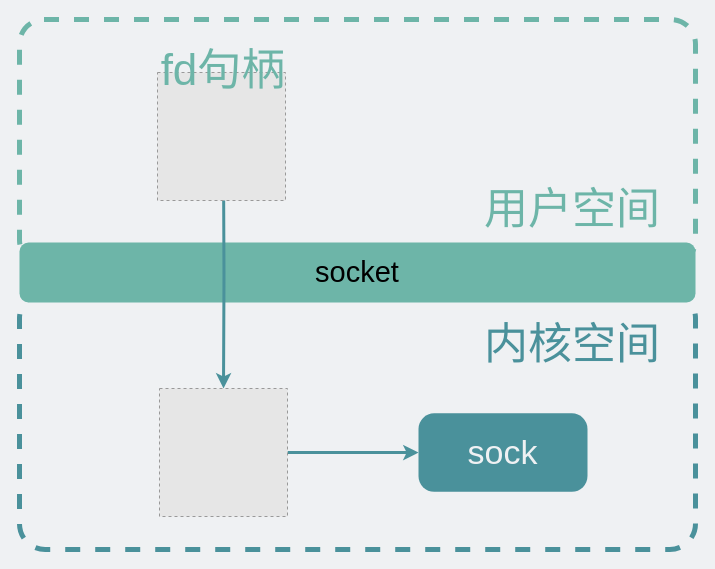
Above: network/通过文件找到sock.drawio in xiaobaiTech/image (draw.io), before the change. Source tidied: cells renumbered, new cells numbered last; positions are measured from the earlier drawing's top-left corner, leaving out a move shared by most shapes. Both pictures are drawn from the tidied source at 100%, with x=0, y=0 at pixel (19, 19). Pictures stored in the file or linked from it are replaced by grey dashed boxes.
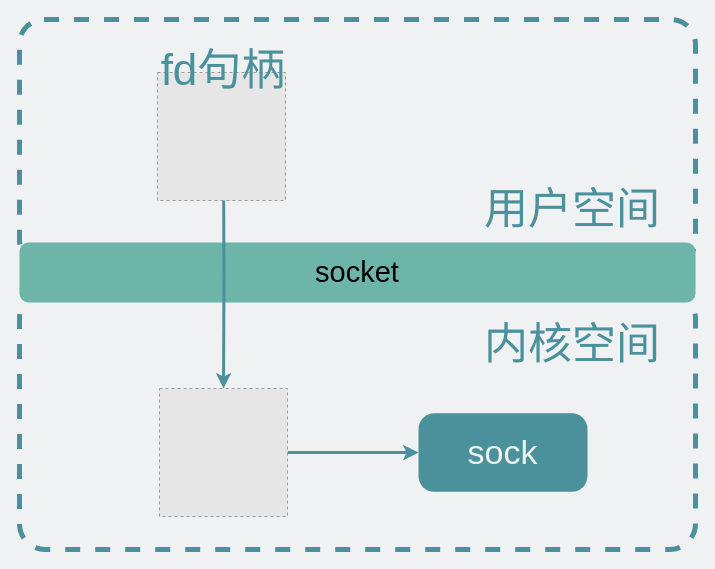
The same page after the edit.

Commit message:
更新通过文件找到sock.drawio

Change to the diagram source:
```diff
@@
 <mxGraphModel background="#EFF1F3">
   <root>
     <mxCell id="0" />
     <mxCell id="1" parent="0" />
-    <mxCell id="2" style="rounded=1;whiteSpace=wrap;html=1;fillColor=none;strokeWidth=5;dashed=1;arcSize=10;strokeColor=#6DB5A8;" parent="1" vertex="1">
+    <mxCell id="2" style="rounded=1;whiteSpace=wrap;html=1;fillColor=none;strokeWidth=5;dashed=1;arcSize=10;strokeColor=#4A919B;" parent="1" vertex="1">
       <mxGeometry width="676" height="245" as="geometry" />
     </mxCell>
     <mxCell id="3" style="rounded=1;whiteSpace=wrap;html=1;fillColor=none;strokeWidth=5;dashed=1;arcSize=10;strokeColor=#4A919B;" parent="1" vertex="1">
       <mxGeometry y="273" width="676" height="257" as="geometry" />
     </mxCell>
     <mxCell id="4" value="&lt;font style=&quot;font-size: 29px;&quot;&gt;socket&lt;/font&gt;" style="rounded=1;whiteSpace=wrap;html=1;strokeColor=none;fillColor=#6DB5A8;" parent="1" vertex="1">
       <mxGeometry y="223" width="676" height="60" as="geometry" />
     </mxCell>
     <mxCell id="5" style="edgeStyle=orthogonalEdgeStyle;rounded=1;jettySize=auto;html=1;exitX=0.5;exitY=1;exitDx=0;exitDy=0;entryX=0.5;entryY=0;entryDx=0;entryDy=0;strokeColor=#4A919B;strokeWidth=3;fontSize=34;" parent="1" edge="1" target="7">
       <mxGeometry relative="1" as="geometry">
         <mxPoint x="204" y="143" as="sourcePoint" />
       </mxGeometry>
     </mxCell>
     <mxCell id="6" style="edgeStyle=orthogonalEdgeStyle;rounded=1;jettySize=auto;html=1;exitX=1;exitY=0.5;exitDx=0;exitDy=0;entryX=0;entryY=0.5;entryDx=0;entryDy=0;fontSize=29;strokeWidth=3;strokeColor=#4A919B;" parent="1" edge="1" source="7" target="8">
       <mxGeometry relative="1" as="geometry" />
     </mxCell>
     <mxCell id="7" style="fillColor=#E6E6E6;strokeColor=#999999;dashed=1;verticalLabelPosition=bottom;verticalAlign=top;fontSize=29;" parent="1" vertex="1">
       <mxGeometry x="140" y="369" width="128" height="128" as="geometry" />
     </mxCell>
     <mxCell id="8" value="&lt;font style=&quot;font-size: 34px;&quot; color=&quot;#eff1f3&quot;&gt;sock&lt;/font&gt;" style="rounded=1;whiteSpace=wrap;html=1;fillColor=#4A919B;strokeColor=none;arcSize=20;" parent="1" vertex="1">
       <mxGeometry x="399" y="393.8" width="169" height="78.5" as="geometry" />
     </mxCell>
     <mxCell id="9" style="fillColor=#E6E6E6;strokeColor=#999999;dashed=1;verticalLabelPosition=bottom;labelBackgroundColor=default;verticalAlign=top;" parent="1" vertex="1">
       <mxGeometry x="138" y="53" width="128" height="128" as="geometry" />
     </mxCell>
-    <mxCell id="10" value="&lt;span style=&quot;font-size: 44px;&quot;&gt;&lt;font color=&quot;#6db5a8&quot;&gt;fd句柄&lt;/font&gt;&lt;/span&gt;" style="text;html=1;strokeColor=none;fillColor=none;align=center;verticalAlign=middle;whiteSpace=wrap;rounded=0;dashed=1;strokeWidth=5;fontSize=34;" parent="1" vertex="1">
+    <mxCell id="10" value="&lt;span style=&quot;font-size: 44px;&quot;&gt;&lt;font color=&quot;#4a919b&quot;&gt;fd句柄&lt;/font&gt;&lt;/span&gt;" style="text;html=1;strokeColor=none;fillColor=none;align=center;verticalAlign=middle;whiteSpace=wrap;rounded=0;dashed=1;strokeWidth=5;fontSize=34;" parent="1" vertex="1">
       <mxGeometry x="135" y="36" width="138" height="30" as="geometry" />
     </mxCell>
-    <mxCell id="11" value="&lt;span style=&quot;font-size: 44px;&quot;&gt;&lt;font color=&quot;#6db5a8&quot;&gt;用户空间&lt;/font&gt;&lt;/span&gt;" style="text;html=1;strokeColor=none;fillColor=none;align=center;verticalAlign=middle;whiteSpace=wrap;rounded=0;dashed=1;strokeWidth=5;fontSize=34;" parent="1" vertex="1">
+    <mxCell id="11" value="&lt;span style=&quot;font-size: 44px;&quot;&gt;&lt;font color=&quot;#4a919b&quot;&gt;用户空间&lt;/font&gt;&lt;/span&gt;" style="text;html=1;strokeColor=none;fillColor=none;align=center;verticalAlign=middle;whiteSpace=wrap;rounded=0;dashed=1;strokeWidth=5;fontSize=34;" parent="1" vertex="1">
       <mxGeometry x="456" y="175" width="194" height="30" as="geometry" />
     </mxCell>
     <mxCell id="12" value="&lt;span style=&quot;font-size: 44px;&quot;&gt;&lt;font color=&quot;#4a919b&quot;&gt;内核空间&lt;/font&gt;&lt;/span&gt;" style="text;html=1;strokeColor=none;fillColor=none;align=center;verticalAlign=middle;whiteSpace=wrap;rounded=0;dashed=1;strokeWidth=5;fontSize=34;" parent="1" vertex="1">
       <mxGeometry x="456" y="310" width="194" height="30" as="geometry" />
     </mxCell>
   </root>
 </mxGraphModel>
```
